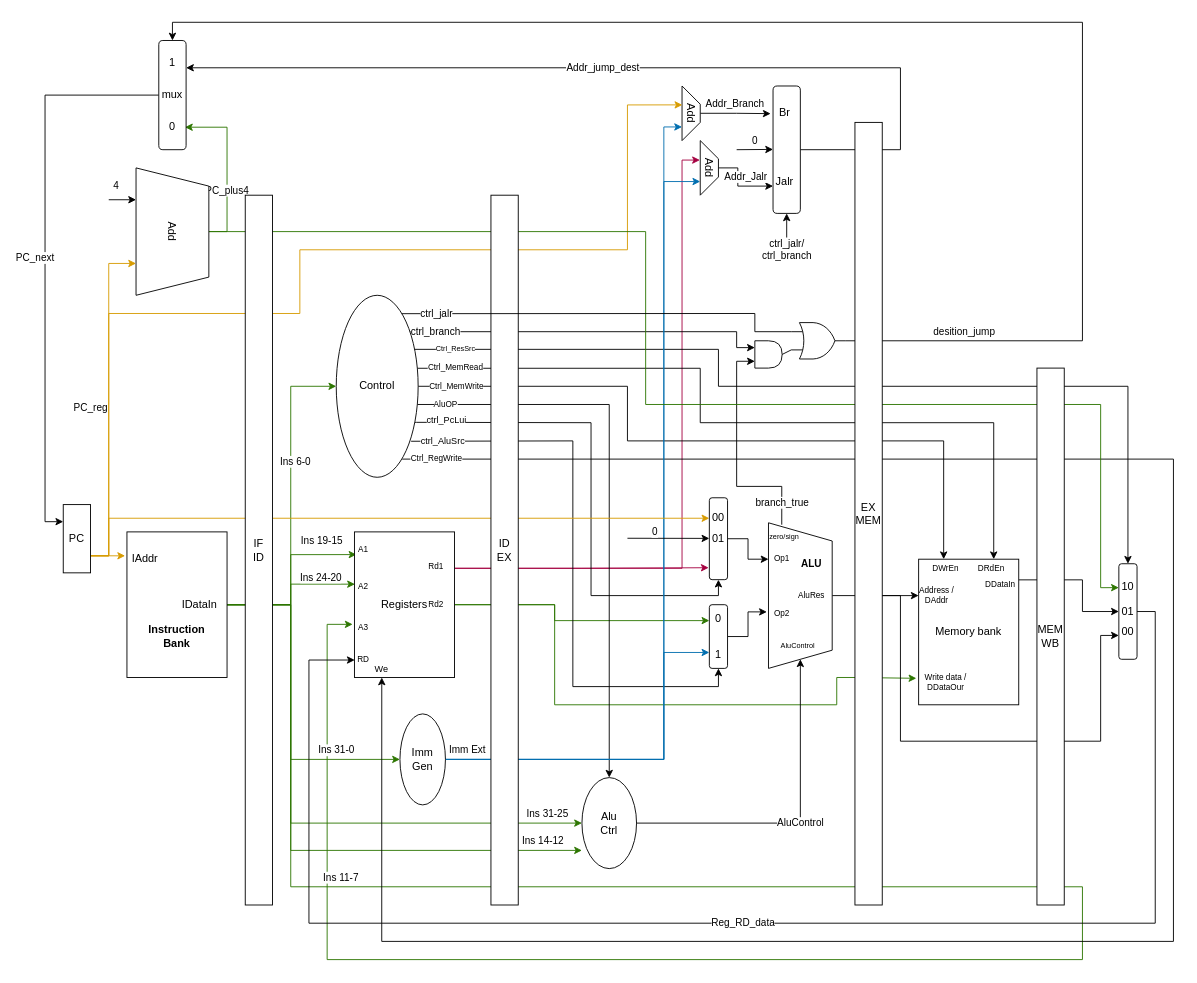
Earlier version of the draw.io diagram P1/diagramas/DIAGRAMA_ARQO.drawio (CGarcia3/ARQO_PR). Source tidied: cells renumbered, new cells numbered last; positions are measured from the earlier drawing's top-left corner, leaving out a move shared by most shapes. Both pictures are drawn from the tidied source at 91%, with x=0, y=0 at pixel (45, 22).
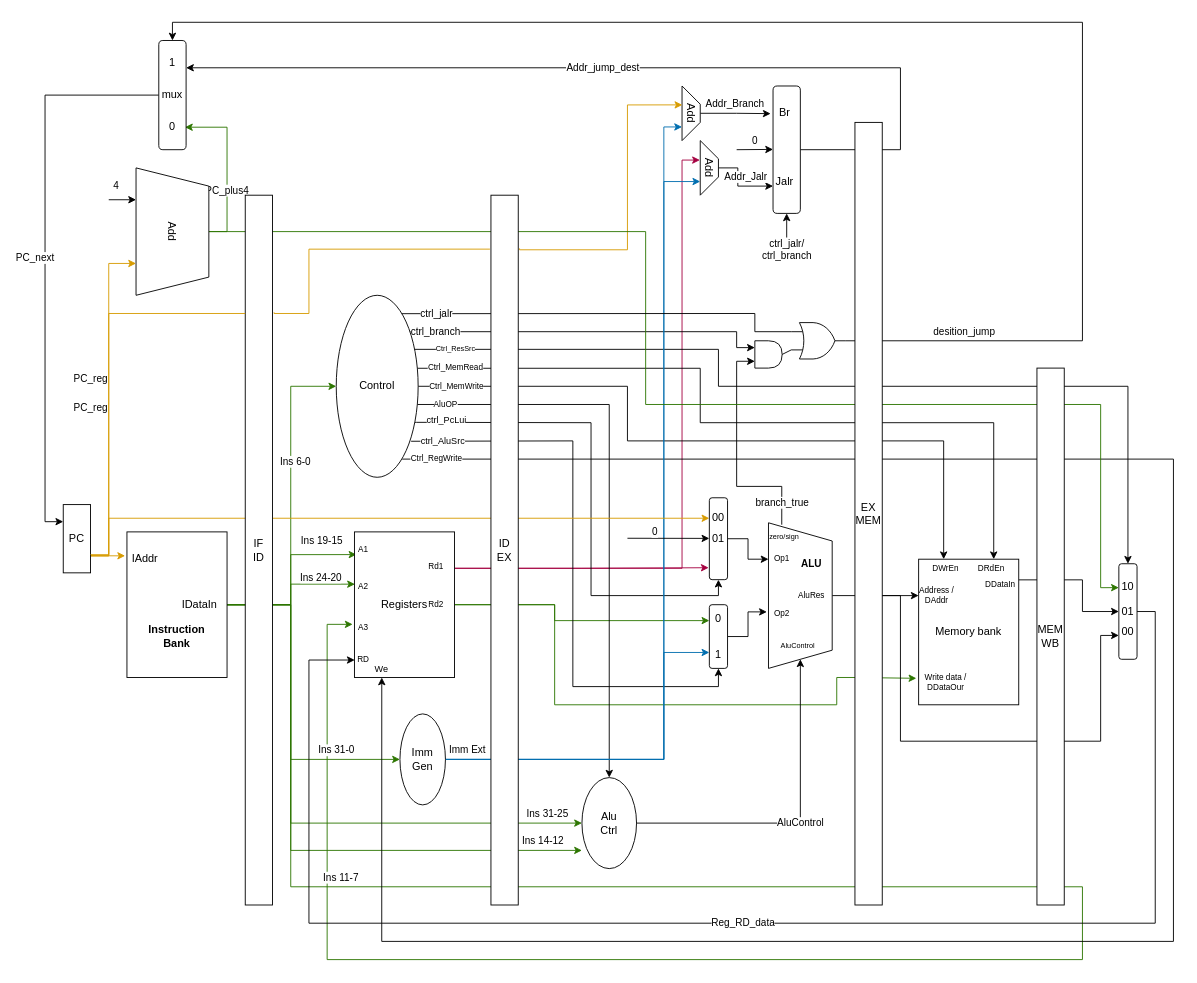
After the change.

The change refers to these unchanged cells:
```xml
<mxCell id="24" value="Add" style="shape=trapezoid;perimeter=trapezoidPerimeter;whiteSpace=wrap;html=1;fixedSize=1;rotation=90;" parent="1" vertex="1">
  <mxGeometry x="680" y="90" width="60" height="20" as="geometry" />
</mxCell>
<mxCell id="39" value="PC" style="rounded=0;whiteSpace=wrap;html=1;" parent="1" vertex="1">
  <mxGeometry x="20" y="530" width="30" height="75" as="geometry" />
</mxCell>
<mxCell id="106" value="IF&lt;br&gt;ID" style="rounded=0;whiteSpace=wrap;html=1;" parent="1" vertex="1">
  <mxGeometry x="220" y="190" width="30" height="780" as="geometry" />
</mxCell>
```

What changed in the source:
```diff
@@
-    <mxCell id="37" style="edgeStyle=orthogonalEdgeStyle;rounded=0;jettySize=auto;html=1;exitX=1;exitY=0.75;exitDx=0;exitDy=0;entryX=0.346;entryY=0.984;entryDx=0;entryDy=0;entryPerimeter=0;fillColor=#ffcd28;gradientColor=#ffa500;strokeColor=#d79b00;" parent="1" edge="1" source="39" target="24">
+    <mxCell id="37" style="edgeStyle=orthogonalEdgeStyle;rounded=0;jettySize=auto;html=1;exitX=1.048;exitY=0.075;exitDx=0;exitDy=0;entryX=0.346;entryY=0.984;entryDx=0;entryDy=0;entryPerimeter=0;fillColor=#ffcd28;gradientColor=#ffa500;strokeColor=#d79b00;exitPerimeter=0;" parent="1" edge="1" source="107" target="24">
       <mxGeometry relative="1" as="geometry">
         <Array as="points">
-          <mxPoint x="70" y="586" />
-          <mxPoint x="70" y="320" />
-          <mxPoint x="280" y="320" />
-          <mxPoint x="280" y="250" />
+          <mxPoint x="521" y="250" />
           <mxPoint x="640" y="250" />
           <mxPoint x="640" y="91" />
         </Array>
       </mxGeometry>
     </mxCell>
@@
-    <mxCell id="107" value="ID&lt;br&gt;EX" style="rounded=0;whiteSpace=wrap;html=1;" parent="1" vertex="1">
-      <mxGeometry x="490" y="190" width="30" height="780" as="geometry" />
-    </mxCell>
@@
+    <mxCell id="107" value="ID&lt;br&gt;EX" style="rounded=0;whiteSpace=wrap;html=1;" parent="1" vertex="1">
+      <mxGeometry x="490" y="190" width="30" height="780" as="geometry" />
+    </mxCell>
+    <mxCell id="112" value="PC_reg" style="edgeStyle=orthogonalEdgeStyle;rounded=0;orthogonalLoop=1;jettySize=auto;html=1;exitX=1;exitY=0.75;exitDx=0;exitDy=0;fillColor=#ffcd28;gradientColor=#ffa500;strokeColor=#d79b00;endArrow=none;endFill=0;" parent="1" edge="1">
+      <mxGeometry x="-0.02" y="20" relative="1" as="geometry">
+        <mxPoint x="50" y="585" as="sourcePoint" />
+        <mxPoint x="220" y="320" as="targetPoint" />
+        <Array as="points">
+          <mxPoint x="70" y="585" />
+          <mxPoint x="70" y="320" />
+          <mxPoint x="220" y="320" />
+        </Array>
+      </mxGeometry>
+    </mxCell>
+    <mxCell id="113" style="edgeStyle=orthogonalEdgeStyle;rounded=0;jettySize=auto;html=1;exitX=1.057;exitY=0.165;exitDx=0;exitDy=0;entryX=-0.038;entryY=0.076;entryDx=0;entryDy=0;entryPerimeter=0;fillColor=#ffcd28;gradientColor=#ffa500;strokeColor=#d79b00;exitPerimeter=0;endArrow=none;endFill=0;" parent="1" edge="1" source="106" target="107">
+      <mxGeometry relative="1" as="geometry">
+        <Array as="points">
+          <mxPoint x="252" y="320" />
+          <mxPoint x="290" y="320" />
+          <mxPoint x="290" y="250" />
+          <mxPoint x="489" y="250" />
+        </Array>
+      </mxGeometry>
+    </mxCell>
```
